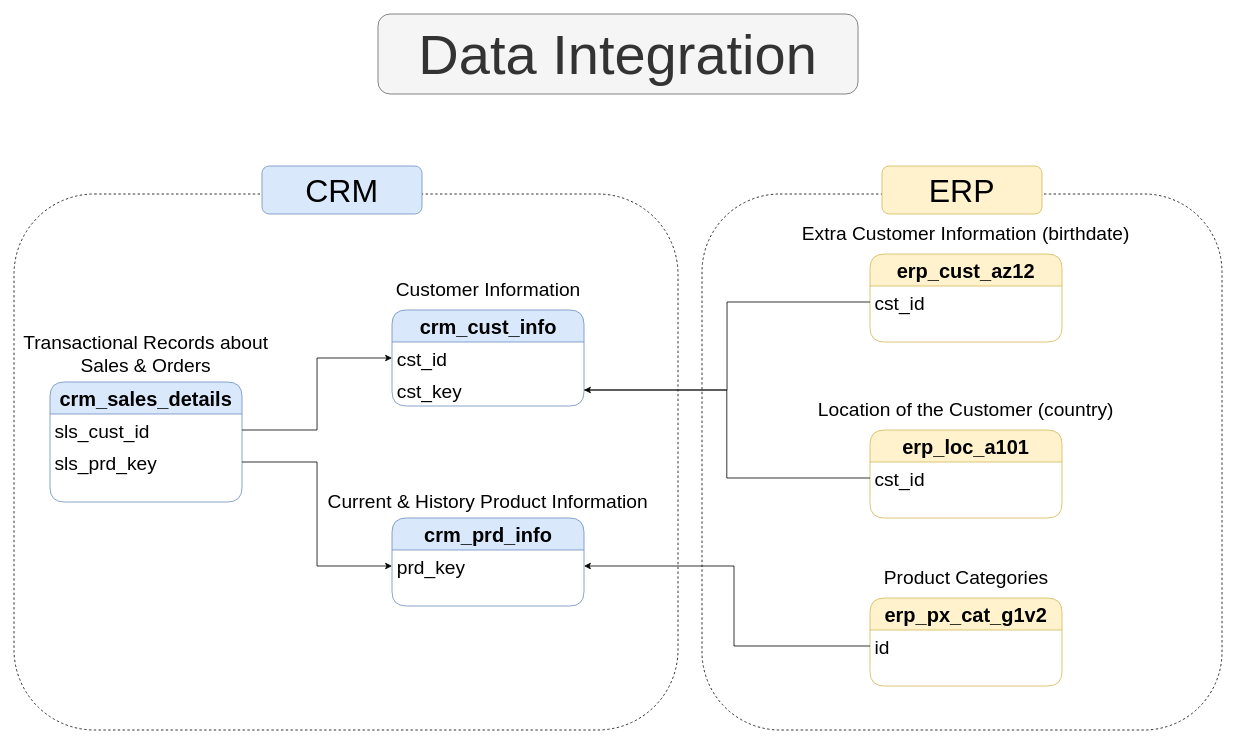
This is docs/data_integration.drawio from rlf5497/sql-data-warehouse-project, a draw.io file, before an edit. Source tidied: cells renumbered, new cells numbered last; positions are measured from the earlier drawing's top-left corner, leaving out a move shared by most shapes. Both pictures are drawn from the tidied source at 80%, with x=0, y=0 at pixel (14, 14).
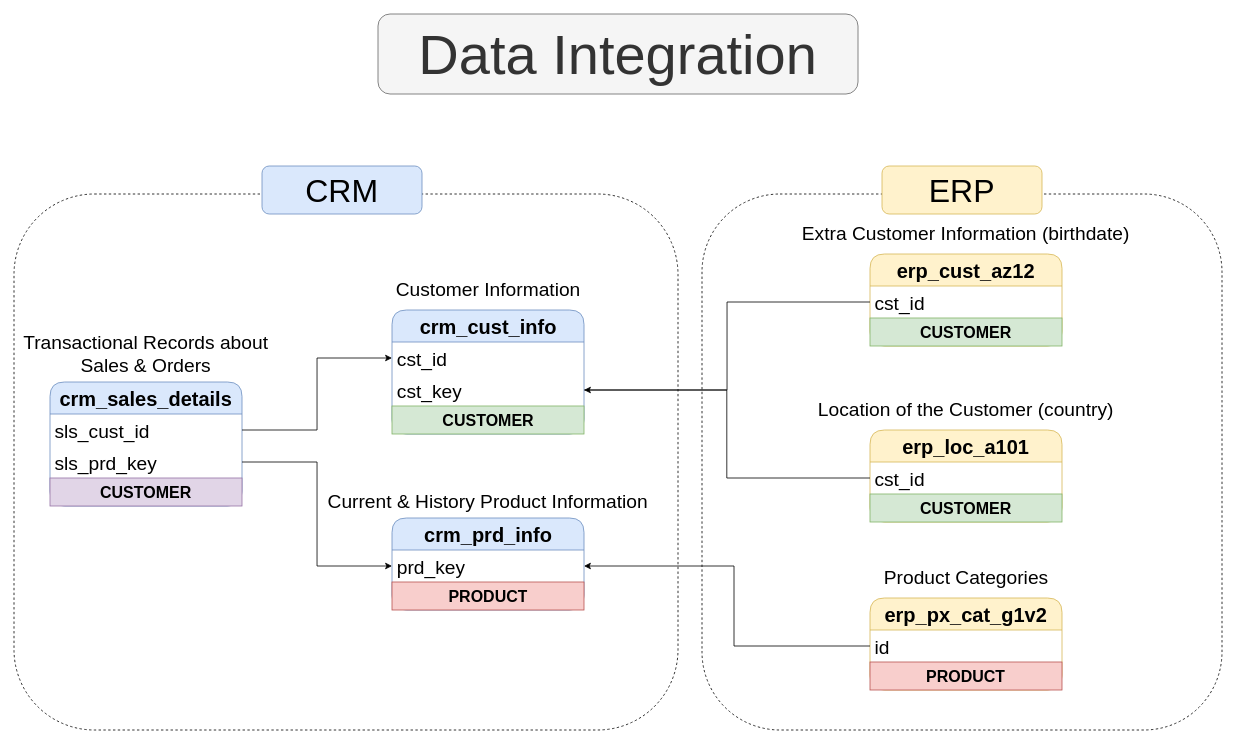
The same diagram, later.

Commit message:
update data_integration diagram

Unchanged cells that the change refers to:
```xml
<mxCell id="3" style="group;" parent="1" vertex="1">
  <mxGeometry y="190" width="1510" height="705" as="geometry" />
</mxCell>
```

Change to the diagram source:
```diff
@@
     <mxCell id="6" value="&lt;font style=&quot;font-size: 25px;&quot;&gt;&lt;b&gt;crm_cust_info&lt;/b&gt;&lt;/font&gt;" style="swimlane;fontStyle=0;horizontal=1;startSize=40;whiteSpace=wrap;html=1;rounded=1;fontSize=30;fillColor=#dae8fc;strokeColor=#6c8ebf;" parent="3" vertex="1">
-      <mxGeometry x="472.5" y="180" width="240" height="120" as="geometry" />
+      <mxGeometry x="472.5" y="180" width="240" height="155" as="geometry" />
     </mxCell>
@@
+    <mxCell id="38" value="&lt;font style=&quot;font-size: 20px;&quot;&gt;&lt;b&gt;CUSTOMER&lt;/b&gt;&lt;/font&gt;" style="text;html=1;strokeColor=#82b366;fillColor=#d5e8d4;align=center;verticalAlign=middle;whiteSpace=wrap;overflow=hidden;" parent="6" vertex="1">
+      <mxGeometry y="120" width="240" height="35" as="geometry" />
+    </mxCell>
@@
     <mxCell id="10" value="&lt;font style=&quot;font-size: 25px;&quot;&gt;&lt;b&gt;crm_prd_info&lt;/b&gt;&lt;/font&gt;" style="swimlane;fontStyle=0;horizontal=1;startSize=40;whiteSpace=wrap;html=1;rounded=1;fontSize=30;fillColor=#dae8fc;strokeColor=#6c8ebf;" parent="3" vertex="1">
-      <mxGeometry x="472.5" y="440" width="240" height="110" as="geometry" />
+      <mxGeometry x="472.5" y="440" width="240" height="115" as="geometry" />
     </mxCell>
@@
-    <mxCell id="12" style="text;strokeColor=none;fillColor=none;align=left;verticalAlign=middle;spacingLeft=4;spacingRight=4;overflow=hidden;whiteSpace=wrap;html=1;fontSize=30;" parent="10" vertex="1">
-      <mxGeometry y="80" width="240" height="30" as="geometry" />
-    </mxCell>
+    <mxCell id="39" value="&lt;font style=&quot;font-size: 20px;&quot;&gt;&lt;b&gt;PRODUCT&lt;/b&gt;&lt;/font&gt;" style="text;html=1;strokeColor=#b85450;fillColor=#f8cecc;align=center;verticalAlign=middle;whiteSpace=wrap;overflow=hidden;" parent="10" vertex="1">
+      <mxGeometry y="80" width="240" height="35" as="geometry" />
+    </mxCell>
@@
     <mxCell id="14" value="&lt;font style=&quot;font-size: 25px;&quot;&gt;&lt;b&gt;crm_sales_details&lt;/b&gt;&lt;/font&gt;" style="swimlane;fontStyle=0;horizontal=1;startSize=40;whiteSpace=wrap;html=1;rounded=1;fontSize=30;fillColor=#dae8fc;strokeColor=#6c8ebf;" parent="3" vertex="1">
-      <mxGeometry x="45" y="270" width="240" height="150" as="geometry" />
+      <mxGeometry x="45" y="270" width="240" height="155" as="geometry" />
     </mxCell>
@@
-    <mxCell id="17" style="text;strokeColor=none;fillColor=none;align=left;verticalAlign=middle;spacingLeft=4;spacingRight=4;overflow=hidden;whiteSpace=wrap;html=1;fontSize=30;" parent="14" vertex="1">
-      <mxGeometry y="120" width="240" height="30" as="geometry" />
-    </mxCell>
+    <mxCell id="40" value="&lt;font style=&quot;font-size: 20px;&quot;&gt;&lt;b&gt;CUSTOMER&lt;/b&gt;&lt;/font&gt;" style="text;html=1;strokeColor=#9673a6;fillColor=#e1d5e7;align=center;verticalAlign=middle;whiteSpace=wrap;overflow=hidden;" parent="14" vertex="1">
+      <mxGeometry y="120" width="240" height="35" as="geometry" />
+    </mxCell>
@@
     <mxCell id="21" value="&lt;span style=&quot;font-size: 25px;&quot;&gt;&lt;b&gt;erp_cust_az12&lt;/b&gt;&lt;/span&gt;" style="swimlane;fontStyle=0;horizontal=1;startSize=40;whiteSpace=wrap;html=1;rounded=1;fontSize=30;fillColor=#fff2cc;strokeColor=#d6b656;" parent="3" vertex="1">
-      <mxGeometry x="1070" y="110" width="240" height="110" as="geometry" />
+      <mxGeometry x="1070" y="110" width="240" height="115" as="geometry" />
     </mxCell>
@@
-    <mxCell id="23" style="text;strokeColor=none;fillColor=none;align=left;verticalAlign=middle;spacingLeft=4;spacingRight=4;overflow=hidden;whiteSpace=wrap;html=1;fontSize=30;" parent="21" vertex="1">
-      <mxGeometry y="80" width="240" height="30" as="geometry" />
-    </mxCell>
+    <mxCell id="41" value="&lt;font style=&quot;font-size: 20px;&quot;&gt;&lt;b&gt;CUSTOMER&lt;/b&gt;&lt;/font&gt;" style="text;html=1;strokeColor=#82b366;fillColor=#d5e8d4;align=center;verticalAlign=middle;whiteSpace=wrap;overflow=hidden;" parent="21" vertex="1">
+      <mxGeometry y="80" width="240" height="35" as="geometry" />
+    </mxCell>
@@
     <mxCell id="26" value="&lt;span style=&quot;font-size: 25px;&quot;&gt;&lt;b&gt;erp_loc_a101&lt;/b&gt;&lt;/span&gt;" style="swimlane;fontStyle=0;horizontal=1;startSize=40;whiteSpace=wrap;html=1;rounded=1;fontSize=30;fillColor=#fff2cc;strokeColor=#d6b656;" parent="3" vertex="1">
-      <mxGeometry x="1070" y="330" width="240" height="110" as="geometry" />
+      <mxGeometry x="1070" y="330" width="240" height="115" as="geometry" />
     </mxCell>
@@
-    <mxCell id="28" style="text;strokeColor=none;fillColor=none;align=left;verticalAlign=middle;spacingLeft=4;spacingRight=4;overflow=hidden;whiteSpace=wrap;html=1;fontSize=30;" parent="26" vertex="1">
-      <mxGeometry y="80" width="240" height="30" as="geometry" />
-    </mxCell>
+    <mxCell id="42" value="&lt;font style=&quot;font-size: 20px;&quot;&gt;&lt;b&gt;CUSTOMER&lt;/b&gt;&lt;/font&gt;" style="text;html=1;strokeColor=#82b366;fillColor=#d5e8d4;align=center;verticalAlign=middle;whiteSpace=wrap;overflow=hidden;" parent="26" vertex="1">
+      <mxGeometry y="80" width="240" height="35" as="geometry" />
+    </mxCell>
@@
     <mxCell id="31" value="&lt;span style=&quot;font-size: 25px;&quot;&gt;&lt;b&gt;erp_px_cat_g1v2&lt;/b&gt;&lt;/span&gt;" style="swimlane;fontStyle=0;horizontal=1;startSize=40;whiteSpace=wrap;html=1;rounded=1;fontSize=30;fillColor=#fff2cc;strokeColor=#d6b656;" parent="3" vertex="1">
-      <mxGeometry x="1070" y="540" width="240" height="110" as="geometry" />
+      <mxGeometry x="1070" y="540" width="240" height="115" as="geometry" />
     </mxCell>
@@
-    <mxCell id="33" style="text;strokeColor=none;fillColor=none;align=left;verticalAlign=middle;spacingLeft=4;spacingRight=4;overflow=hidden;whiteSpace=wrap;html=1;fontSize=30;" parent="31" vertex="1">
-      <mxGeometry y="80" width="240" height="30" as="geometry" />
-    </mxCell>
+    <mxCell id="43" value="&lt;font style=&quot;font-size: 20px;&quot;&gt;&lt;b&gt;PRODUCT&lt;/b&gt;&lt;/font&gt;" style="text;html=1;strokeColor=#b85450;fillColor=#f8cecc;align=center;verticalAlign=middle;whiteSpace=wrap;overflow=hidden;" parent="31" vertex="1">
+      <mxGeometry y="80" width="240" height="35" as="geometry" />
+    </mxCell>
```
